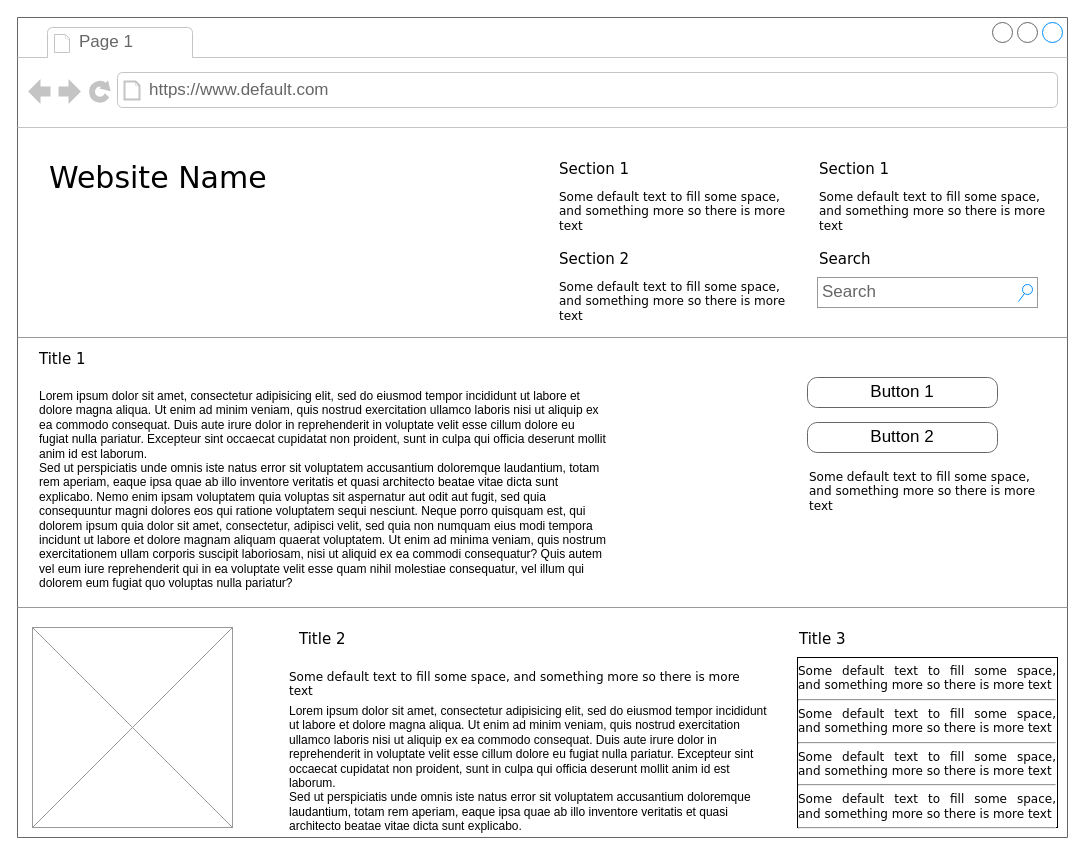
The draw.io diagram Untitled Diagram.drawio in danimator1/ClickFlix_Full_Stack, before the edit. Source tidied: cells renumbered, new cells numbered last; positions are measured from the earlier drawing's top-left corner, leaving out a move shared by most shapes. Both pictures are drawn from the tidied source at 100%, with x=0, y=0 at pixel (17, 17).
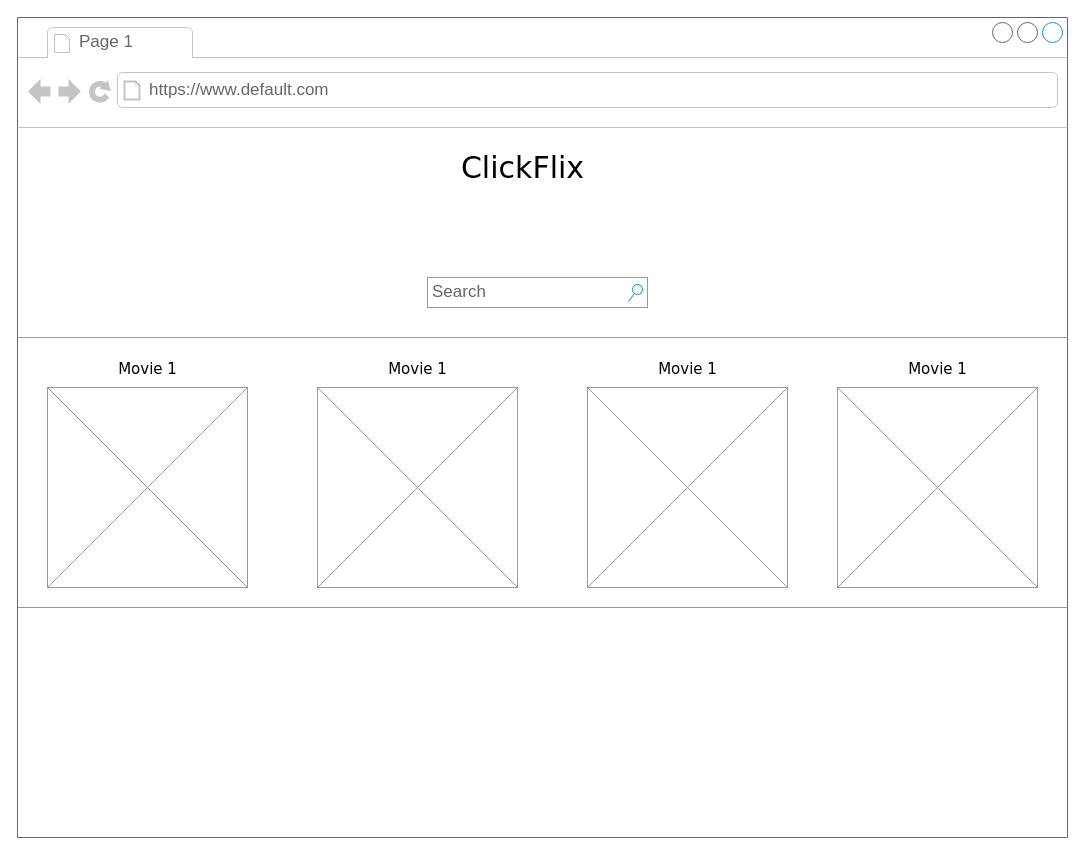
After the change.

The change refers to these unchanged cells:
```xml
<mxCell id="2" style="strokeWidth=1;shadow=0;dashed=0;align=center;html=1;shape=mxgraph.mockup.containers.browserWindow;rSize=0;strokeColor=#666666;mainText=,;rounded=0;labelBackgroundColor=none;fontFamily=Verdana;fontSize=12;" parent="1" vertex="1">
  <mxGeometry width="1050" height="820" as="geometry" />
</mxCell>
```

The edit, as a diff of the source:
```diff
@@
-    <mxCell id="5" value="Website Name" style="text;html=1;align=left;verticalAlign=top;spacingTop=-4;fontSize=30;fontFamily=Verdana;" parent="2" vertex="1">
-      <mxGeometry x="30" y="140" width="340" height="50" as="geometry" />
+    <mxCell id="5" value="ClickFlix" style="text;html=1;align=center;verticalAlign=top;spacingTop=-4;fontSize=30;fontFamily=Verdana;" parent="2" vertex="1">
+      <mxGeometry x="335" y="130" width="340" height="50" as="geometry" />
     </mxCell>
-    <mxCell id="6" value="Section 1" style="text;html=1;align=left;verticalAlign=top;spacingTop=-4;fontSize=15;fontFamily=Verdana;" parent="2" vertex="1">
-      <mxGeometry x="540" y="140" width="170" height="30" as="geometry" />
-    </mxCell>
-    <mxCell id="7" value="Some default text to fill some space, and&amp;nbsp;&lt;span&gt;something more so there is more text&lt;/span&gt;" style="text;html=1;align=left;verticalAlign=top;spacingTop=-4;fontSize=12;fontFamily=Verdana;whiteSpace=wrap;" parent="2" vertex="1">
-      <mxGeometry x="540" y="170" width="240" height="40" as="geometry" />
-    </mxCell>
-    <mxCell id="8" value="Section 2" style="text;html=1;align=left;verticalAlign=top;spacingTop=-4;fontSize=15;fontFamily=Verdana;" parent="2" vertex="1">
-      <mxGeometry x="540" y="230" width="170" height="30" as="geometry" />
-    </mxCell>
-    <mxCell id="9" value="Some default text to fill some space, and&amp;nbsp;&lt;span&gt;something more so there is more text&lt;/span&gt;" style="text;html=1;align=left;verticalAlign=top;spacingTop=-4;fontSize=12;fontFamily=Verdana;whiteSpace=wrap;" parent="2" vertex="1">
-      <mxGeometry x="540" y="260" width="240" height="40" as="geometry" />
-    </mxCell>
-    <mxCell id="10" value="Section 1" style="text;html=1;align=left;verticalAlign=top;spacingTop=-4;fontSize=15;fontFamily=Verdana;" parent="2" vertex="1">
-      <mxGeometry x="800" y="140" width="170" height="30" as="geometry" />
-    </mxCell>
-    <mxCell id="11" value="Some default text to fill some space, and&amp;nbsp;&lt;span&gt;something more so there is more text&lt;/span&gt;" style="text;html=1;align=left;verticalAlign=top;spacingTop=-4;fontSize=12;fontFamily=Verdana;whiteSpace=wrap;" parent="2" vertex="1">
-      <mxGeometry x="800" y="170" width="240" height="40" as="geometry" />
-    </mxCell>
-    <mxCell id="12" value="Search" style="text;html=1;align=left;verticalAlign=top;spacingTop=-4;fontSize=15;fontFamily=Verdana;" parent="2" vertex="1">
-      <mxGeometry x="800" y="230" width="170" height="30" as="geometry" />
-    </mxCell>
     <mxCell id="13" value="Search" style="strokeWidth=1;shadow=0;dashed=0;align=center;html=1;shape=mxgraph.mockup.forms.searchBox;strokeColor=#999999;mainText=;strokeColor2=#008cff;fontColor=#666666;fontSize=17;align=left;spacingLeft=3;rounded=0;labelBackgroundColor=none;" parent="2" vertex="1">
-      <mxGeometry x="800" y="260" width="220" height="30" as="geometry" />
+      <mxGeometry x="410" y="260" width="220" height="30" as="geometry" />
     </mxCell>
@@
-    <mxCell id="15" value="Title 1" style="text;html=1;align=left;verticalAlign=top;spacingTop=-4;fontSize=15;fontFamily=Verdana;" parent="2" vertex="1">
-      <mxGeometry x="20" y="330" width="170" height="30" as="geometry" />
-    </mxCell>
-    <mxCell id="16" value="Lorem ipsum dolor sit amet, consectetur adipisicing elit, sed do eiusmod tempor incididunt ut labore et dolore magna aliqua. Ut enim ad minim veniam, quis nostrud exercitation ullamco laboris nisi ut aliquip ex ea commodo consequat. Duis aute irure dolor in reprehenderit in voluptate velit esse cillum dolore eu fugiat nulla pariatur. Excepteur sint occaecat cupidatat non proident, sunt in culpa qui officia deserunt mollit anim id est laborum.&#10;Sed ut perspiciatis unde omnis iste natus error sit voluptatem accusantium doloremque laudantium, totam rem aperiam, eaque ipsa quae ab illo inventore veritatis et quasi architecto beatae vitae dicta sunt explicabo. Nemo enim ipsam voluptatem quia voluptas sit aspernatur aut odit aut fugit, sed quia consequuntur magni dolores eos qui ratione voluptatem sequi nesciunt. Neque porro quisquam est, qui dolorem ipsum quia dolor sit amet, consectetur, adipisci velit, sed quia non numquam eius modi tempora incidunt ut labore et dolore magnam aliquam quaerat voluptatem. Ut enim ad minima veniam, quis nostrum exercitationem ullam corporis suscipit laboriosam, nisi ut aliquid ex ea commodi consequatur? Quis autem vel eum iure reprehenderit qui in ea voluptate velit esse quam nihil molestiae consequatur, vel illum qui dolorem eum fugiat quo voluptas nulla pariatur?" style="text;spacingTop=-5;whiteSpace=wrap;html=1;align=left;fontSize=12;fontFamily=Helvetica;fillColor=none;strokeColor=none;rounded=0;shadow=1;labelBackgroundColor=none;" parent="2" vertex="1">
-      <mxGeometry x="20" y="370" width="570" height="240" as="geometry" />
-    </mxCell>
-    <mxCell id="17" value="Button 1" style="strokeWidth=1;shadow=0;dashed=0;align=center;html=1;shape=mxgraph.mockup.buttons.button;strokeColor=#666666;mainText=;buttonStyle=round;fontSize=17;fontStyle=0;fillColor=none;whiteSpace=wrap;rounded=0;labelBackgroundColor=none;" parent="2" vertex="1">
-      <mxGeometry x="790" y="360" width="190" height="30" as="geometry" />
-    </mxCell>
-    <mxCell id="18" value="Button 2" style="strokeWidth=1;shadow=0;dashed=0;align=center;html=1;shape=mxgraph.mockup.buttons.button;strokeColor=#666666;mainText=;buttonStyle=round;fontSize=17;fontStyle=0;fillColor=none;whiteSpace=wrap;rounded=0;labelBackgroundColor=none;" parent="2" vertex="1">
-      <mxGeometry x="790" y="405" width="190" height="30" as="geometry" />
-    </mxCell>
-    <mxCell id="19" value="Some default text to fill some space, and&amp;nbsp;&lt;span&gt;something more so there is more text&lt;/span&gt;" style="text;html=1;align=left;verticalAlign=top;spacingTop=-4;fontSize=12;fontFamily=Verdana;whiteSpace=wrap;" parent="2" vertex="1">
-      <mxGeometry x="790" y="450" width="240" height="40" as="geometry" />
-    </mxCell>
@@
     <mxCell id="21" style="verticalLabelPosition=bottom;shadow=0;dashed=0;align=center;html=1;verticalAlign=top;strokeWidth=1;shape=mxgraph.mockup.graphics.simpleIcon;strokeColor=#999999;fillColor=#ffffff;rounded=0;labelBackgroundColor=none;fontFamily=Verdana;fontSize=12;fontColor=#000000;" parent="2" vertex="1">
-      <mxGeometry x="15" y="610" width="200" height="200" as="geometry" />
+      <mxGeometry x="30" y="370" width="200" height="200" as="geometry" />
     </mxCell>
-    <mxCell id="22" value="Title 2" style="text;html=1;align=left;verticalAlign=top;spacingTop=-4;fontSize=15;fontFamily=Verdana;" parent="2" vertex="1">
-      <mxGeometry x="280" y="610" width="170" height="30" as="geometry" />
+    <mxCell id="22" value="Movie 1" style="text;html=1;align=center;verticalAlign=top;spacingTop=-4;fontSize=15;fontFamily=Verdana;" parent="2" vertex="1">
+      <mxGeometry x="45" y="340" width="170" height="30" as="geometry" />
     </mxCell>
-    <mxCell id="23" value="Title 3" style="text;html=1;align=left;verticalAlign=top;spacingTop=-4;fontSize=15;fontFamily=Verdana;" parent="2" vertex="1">
-      <mxGeometry x="780" y="610" width="170" height="30" as="geometry" />
-    </mxCell>
-    <mxCell id="24" value="&lt;div style=&quot;text-align: justify&quot;&gt;&lt;span&gt;Some default text to fill some space, and&amp;nbsp;&lt;/span&gt;&lt;span&gt;something more so there is more text&lt;/span&gt;&lt;/div&gt;&lt;div style=&quot;text-align: justify&quot;&gt;&lt;hr id=&quot;null&quot; style=&quot;text-align: justify&quot;&gt;&lt;span&gt;&lt;div style=&quot;text-align: justify&quot;&gt;&lt;span&gt;Some default text to fill some space, and&amp;nbsp;&lt;/span&gt;&lt;span&gt;something more so there is more text&lt;/span&gt;&lt;/div&gt;&lt;/span&gt;&lt;/div&gt;&lt;hr id=&quot;null&quot; style=&quot;text-align: justify&quot;&gt;&lt;span&gt;&lt;div style=&quot;text-align: justify&quot;&gt;&lt;span&gt;Some default text to fill some space, and&amp;nbsp;&lt;/span&gt;&lt;span&gt;something more so there is more text&lt;/span&gt;&lt;/div&gt;&lt;/span&gt;&lt;hr id=&quot;null&quot; style=&quot;text-align: justify&quot;&gt;&lt;span&gt;&lt;div style=&quot;text-align: justify&quot;&gt;&lt;span&gt;Some default text to fill some space, and&amp;nbsp;&lt;/span&gt;&lt;span&gt;something more so there is more text&lt;/span&gt;&lt;/div&gt;&lt;/span&gt;&lt;hr id=&quot;null&quot; style=&quot;text-align: left&quot;&gt;" style="whiteSpace=wrap;html=1;rounded=0;shadow=0;labelBackgroundColor=none;strokeWidth=1;fontFamily=Verdana;fontSize=12;align=center;verticalAlign=top;" parent="2" vertex="1">
-      <mxGeometry x="780" y="640" width="260" height="170" as="geometry" />
-    </mxCell>
-    <mxCell id="25" value="Some default text to fill some space, and&amp;nbsp;&lt;span&gt;something more so there is more text&lt;/span&gt;" style="text;html=1;align=left;verticalAlign=top;spacingTop=-4;fontSize=12;fontFamily=Verdana;whiteSpace=wrap;" parent="2" vertex="1">
-      <mxGeometry x="270" y="650" width="470" height="40" as="geometry" />
-    </mxCell>
-    <mxCell id="26" value="Lorem ipsum dolor sit amet, consectetur adipisicing elit, sed do eiusmod tempor incididunt ut labore et dolore magna aliqua. Ut enim ad minim veniam, quis nostrud exercitation ullamco laboris nisi ut aliquip ex ea commodo consequat. Duis aute irure dolor in reprehenderit in voluptate velit esse cillum dolore eu fugiat nulla pariatur. Excepteur sint occaecat cupidatat non proident, sunt in culpa qui officia deserunt mollit anim id est laborum.&lt;br&gt;Sed ut perspiciatis unde omnis iste natus error sit voluptatem accusantium doloremque laudantium, totam rem aperiam, eaque ipsa quae ab illo inventore veritatis et quasi architecto beatae vitae dicta sunt explicabo.&amp;nbsp;" style="text;spacingTop=-5;whiteSpace=wrap;html=1;align=left;fontSize=12;fontFamily=Helvetica;fillColor=none;strokeColor=none;rounded=0;shadow=1;labelBackgroundColor=none;" parent="1" vertex="1">
-      <mxGeometry x="270" y="685" width="490" height="125" as="geometry" />
-    </mxCell>
+    <mxCell id="27" style="verticalLabelPosition=bottom;shadow=0;dashed=0;align=center;html=1;verticalAlign=top;strokeWidth=1;shape=mxgraph.mockup.graphics.simpleIcon;strokeColor=#999999;fillColor=#ffffff;rounded=0;labelBackgroundColor=none;fontFamily=Verdana;fontSize=12;fontColor=#000000;" parent="2" vertex="1">
+      <mxGeometry x="300" y="370" width="200" height="200" as="geometry" />
+    </mxCell>
+    <mxCell id="28" value="Movie 1" style="text;html=1;align=center;verticalAlign=top;spacingTop=-4;fontSize=15;fontFamily=Verdana;" parent="2" vertex="1">
+      <mxGeometry x="315" y="340" width="170" height="30" as="geometry" />
+    </mxCell>
+    <mxCell id="29" style="verticalLabelPosition=bottom;shadow=0;dashed=0;align=center;html=1;verticalAlign=top;strokeWidth=1;shape=mxgraph.mockup.graphics.simpleIcon;strokeColor=#999999;fillColor=#ffffff;rounded=0;labelBackgroundColor=none;fontFamily=Verdana;fontSize=12;fontColor=#000000;" parent="2" vertex="1">
+      <mxGeometry x="570" y="370" width="200" height="200" as="geometry" />
+    </mxCell>
+    <mxCell id="30" value="Movie 1" style="text;html=1;align=center;verticalAlign=top;spacingTop=-4;fontSize=15;fontFamily=Verdana;" parent="2" vertex="1">
+      <mxGeometry x="585" y="340" width="170" height="30" as="geometry" />
+    </mxCell>
+    <mxCell id="31" style="verticalLabelPosition=bottom;shadow=0;dashed=0;align=center;html=1;verticalAlign=top;strokeWidth=1;shape=mxgraph.mockup.graphics.simpleIcon;strokeColor=#999999;fillColor=#ffffff;rounded=0;labelBackgroundColor=none;fontFamily=Verdana;fontSize=12;fontColor=#000000;" parent="2" vertex="1">
+      <mxGeometry x="820" y="370" width="200" height="200" as="geometry" />
+    </mxCell>
+    <mxCell id="32" value="Movie 1" style="text;html=1;align=center;verticalAlign=top;spacingTop=-4;fontSize=15;fontFamily=Verdana;" parent="2" vertex="1">
+      <mxGeometry x="835" y="340" width="170" height="30" as="geometry" />
+    </mxCell>
```
